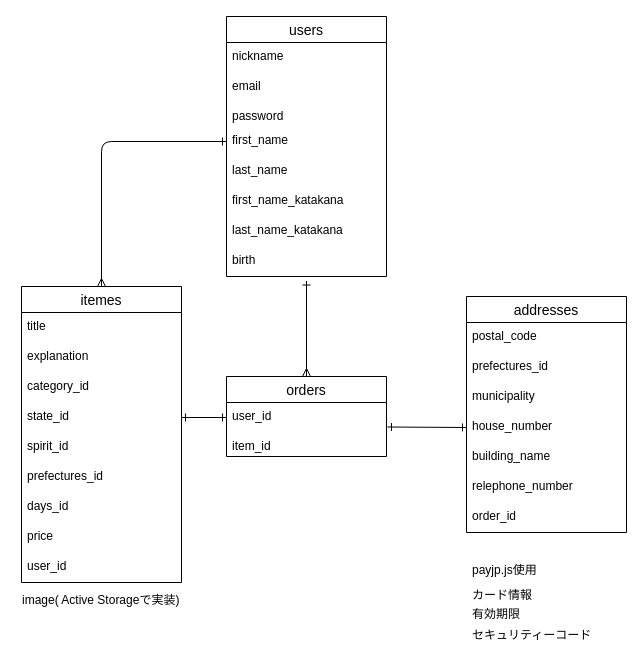
you0626/furima-41564 keeps this draw.io diagram as furima.dio. Above is the earlier version. Source tidied: cells renumbered, new cells numbered last; positions are measured from the earlier drawing's top-left corner, leaving out a move shared by most shapes. Both pictures are drawn from the tidied source at 100%, with x=0, y=0 at pixel (16, 16).
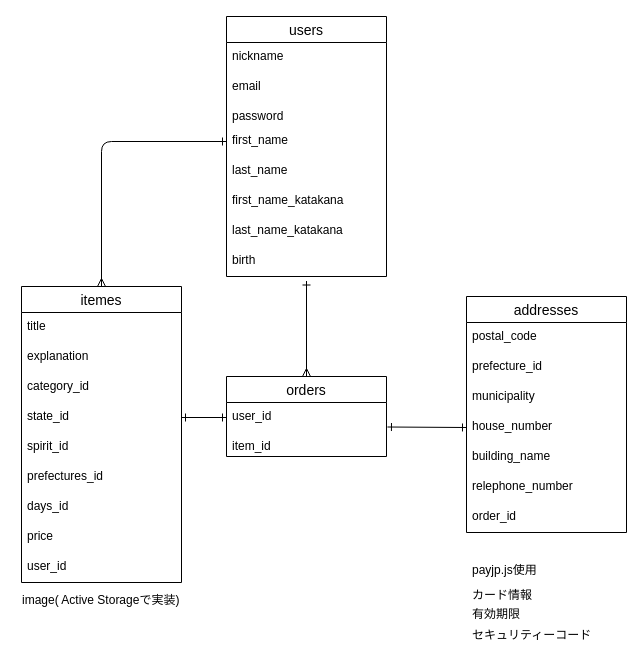
After the change.

Unchanged cells that the change refers to:
```xml
<mxCell id="33" value="addresses" style="swimlane;fontStyle=0;horizontal=1;startSize=26;align=center;fontSize=14;" parent="1" vertex="1">
  <mxGeometry x="450" y="280" width="160" height="236" as="geometry" />
</mxCell>
```

Diff of the diagram source:
```diff
@@
-    <mxCell id="35" value="prefectures_id" style="text;strokeColor=none;fillColor=none;spacingLeft=4;spacingRight=4;overflow=hidden;fontSize=12;" parent="33" vertex="1">
+    <mxCell id="35" value="prefecture_id" style="text;strokeColor=none;fillColor=none;spacingLeft=4;spacingRight=4;overflow=hidden;fontSize=12;" parent="33" vertex="1">
       <mxGeometry y="56" width="160" height="30" as="geometry" />
     </mxCell>
```
